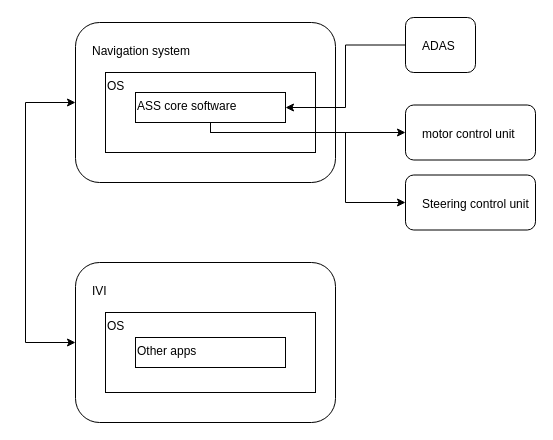
The draw.io diagram page "Page-4" (4 of 5) of auto steering system design.drawio in Dawei-S/Da, before the edit. Source tidied: cells renumbered, new cells numbered last; positions are measured from the earlier drawing's top-left corner, leaving out a move shared by most shapes. Both pictures are drawn from the tidied source at 100%, with x=0, y=0 at pixel (25, 17).
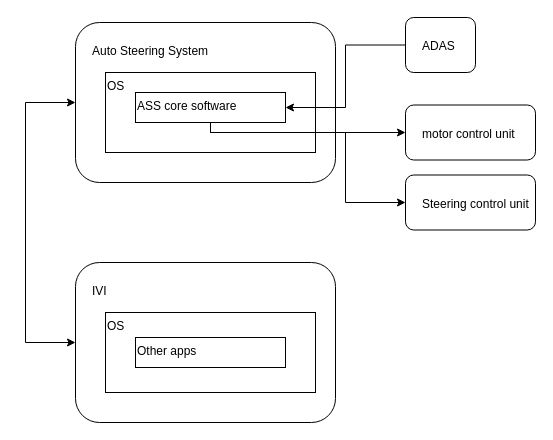
After the change.

What changed in the source:
```diff
@@
 <mxGraphModel>
   <root>
     <mxCell id="0" />
     <mxCell id="1" parent="0" />
-    <mxCell id="2" value="Navigation system" style="rounded=1;whiteSpace=wrap;html=1;fontColor=#000000;verticalAlign=top;align=left;spacingTop=15;spacingLeft=15;" parent="1" vertex="1">
+    <mxCell id="2" value="Auto Steering System" style="rounded=1;whiteSpace=wrap;html=1;fontColor=#000000;verticalAlign=top;align=left;spacingTop=15;spacingLeft=15;" parent="1" vertex="1">
       <mxGeometry x="50" y="5" width="260" height="160" as="geometry" />
     </mxCell>
     <mxCell id="3" value="OS" style="rounded=0;whiteSpace=wrap;html=1;align=left;verticalAlign=top;" parent="1" vertex="1">
       <mxGeometry x="80" y="55" width="210" height="80" as="geometry" />
     </mxCell>
     <mxCell id="4" style="edgeStyle=orthogonalEdgeStyle;rounded=0;jettySize=auto;html=1;entryX=0;entryY=0.5;entryDx=0;entryDy=0;" parent="1" edge="1" source="6" target="9">
       <mxGeometry relative="1" as="geometry">
         <Array as="points">
           <mxPoint x="185" y="115" />
         </Array>
       </mxGeometry>
     </mxCell>
     <mxCell id="5" style="edgeStyle=orthogonalEdgeStyle;rounded=0;jettySize=auto;html=1;exitX=0.5;exitY=1;exitDx=0;exitDy=0;entryX=0;entryY=0.5;entryDx=0;entryDy=0;" parent="1" edge="1" source="6" target="10">
       <mxGeometry relative="1" as="geometry">
         <Array as="points">
           <mxPoint x="185" y="115" />
           <mxPoint x="320" y="115" />
           <mxPoint x="320" y="185" />
         </Array>
       </mxGeometry>
     </mxCell>
     <mxCell id="6" value="ASS core software" style="rounded=0;whiteSpace=wrap;html=1;align=left;verticalAlign=top;" parent="1" vertex="1">
       <mxGeometry x="110" y="75" width="150" height="30" as="geometry" />
     </mxCell>
     <mxCell id="7" style="edgeStyle=orthogonalEdgeStyle;rounded=0;jettySize=auto;html=1;entryX=1;entryY=0.5;entryDx=0;entryDy=0;" parent="1" edge="1" source="8" target="6">
       <mxGeometry relative="1" as="geometry" />
     </mxCell>
     <mxCell id="8" value="ADAS" style="rounded=1;whiteSpace=wrap;html=1;fontColor=#000000;verticalAlign=top;align=left;spacingTop=15;spacingLeft=15;" parent="1" vertex="1">
       <mxGeometry x="380" width="70" height="55" as="geometry" />
     </mxCell>
     <mxCell id="9" value="motor control unit" style="rounded=1;whiteSpace=wrap;html=1;fontColor=#000000;verticalAlign=top;align=left;spacingTop=15;spacingLeft=15;" parent="1" vertex="1">
       <mxGeometry x="380" y="87.5" width="130" height="55" as="geometry" />
     </mxCell>
     <mxCell id="10" value="Steering control unit" style="rounded=1;whiteSpace=wrap;html=1;fontColor=#000000;verticalAlign=top;align=left;spacingTop=15;spacingLeft=15;" parent="1" vertex="1">
       <mxGeometry x="380" y="157.5" width="130" height="55" as="geometry" />
     </mxCell>
     <mxCell id="11" value="IVI" style="rounded=1;whiteSpace=wrap;html=1;fontColor=#000000;verticalAlign=top;align=left;spacingTop=15;spacingLeft=15;" parent="1" vertex="1">
       <mxGeometry x="50" y="245" width="260" height="160" as="geometry" />
     </mxCell>
     <mxCell id="12" value="OS" style="rounded=0;whiteSpace=wrap;html=1;align=left;verticalAlign=top;" parent="1" vertex="1">
       <mxGeometry x="80" y="295" width="210" height="80" as="geometry" />
     </mxCell>
     <mxCell id="13" value="Other apps" style="rounded=0;whiteSpace=wrap;html=1;align=left;verticalAlign=top;" parent="1" vertex="1">
       <mxGeometry x="110" y="320" width="150" height="30" as="geometry" />
     </mxCell>
     <mxCell id="14" style="endArrow=classic;startArrow=classic;html=1;rounded=0;entryX=0;entryY=0.5;entryDx=0;entryDy=0;exitX=0;exitY=0.5;exitDx=0;exitDy=0;" parent="1" edge="1" source="11" target="2">
       <mxGeometry relative="1" as="geometry">
         <Array as="points">
           <mxPoint y="325" />
           <mxPoint y="85" />
         </Array>
       </mxGeometry>
     </mxCell>
   </root>
 </mxGraphModel>
```
